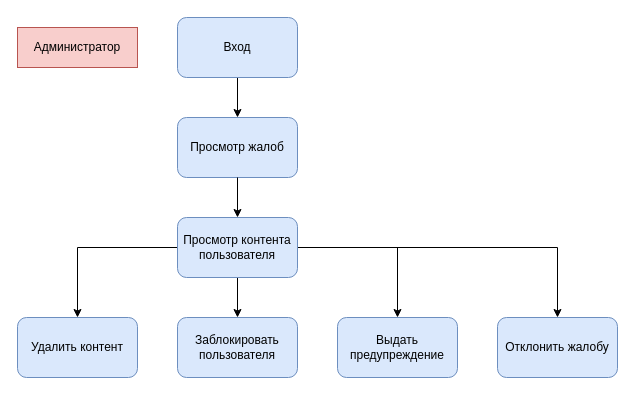
This is page "Администратор" (1 of 2) of docs/Функционал.drawio from savayaqu/course-project-4, a draw.io file, before an edit. Source tidied: cells renumbered, new cells numbered last; positions are measured from the earlier drawing's top-left corner, leaving out a move shared by most shapes. Both pictures are drawn from the tidied source at 100%, with x=0, y=0 at pixel (17, 17).
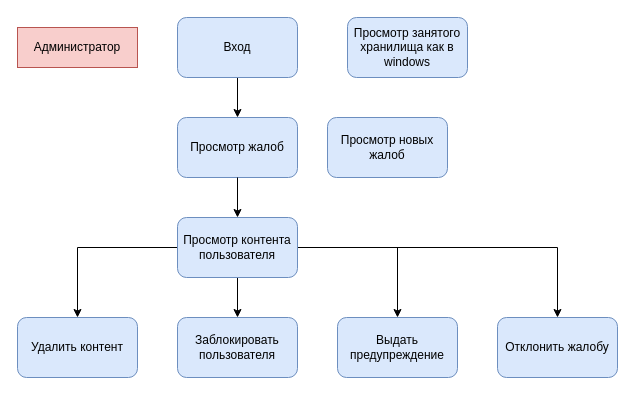
After the change.

Diff of the diagram source:
```diff
@@
 <mxGraphModel>
   <root>
     <mxCell id="0" />
     <mxCell id="1" parent="0" />
     <mxCell id="2" value="Администратор" style="rounded=0;whiteSpace=wrap;html=1;fillColor=#f8cecc;strokeColor=#b85450;" parent="1" vertex="1">
       <mxGeometry y="10" width="120" height="40" as="geometry" />
     </mxCell>
     <mxCell id="3" style="edgeStyle=orthogonalEdgeStyle;rounded=0;jettySize=auto;html=1;" parent="1" edge="1" source="4" target="14">
       <mxGeometry relative="1" as="geometry" />
     </mxCell>
     <mxCell id="4" value="Вход" style="rounded=1;whiteSpace=wrap;html=1;fillColor=#dae8fc;strokeColor=#6c8ebf;" parent="1" vertex="1">
       <mxGeometry x="160" width="120" height="60" as="geometry" />
     </mxCell>
     <mxCell id="5" style="edgeStyle=orthogonalEdgeStyle;rounded=0;jettySize=auto;html=1;" parent="1" edge="1" source="9" target="12">
       <mxGeometry relative="1" as="geometry" />
     </mxCell>
     <mxCell id="6" style="edgeStyle=orthogonalEdgeStyle;rounded=0;jettySize=auto;html=1;" parent="1" edge="1" source="9" target="10">
       <mxGeometry relative="1" as="geometry" />
     </mxCell>
     <mxCell id="7" style="edgeStyle=orthogonalEdgeStyle;rounded=0;jettySize=auto;html=1;" parent="1" edge="1" source="9" target="11">
       <mxGeometry relative="1" as="geometry" />
     </mxCell>
     <mxCell id="8" style="edgeStyle=orthogonalEdgeStyle;rounded=0;jettySize=auto;html=1;" parent="1" edge="1" source="9" target="13">
       <mxGeometry relative="1" as="geometry" />
     </mxCell>
     <mxCell id="9" value="Просмотр контента пользователя" style="rounded=1;whiteSpace=wrap;html=1;fillColor=#dae8fc;strokeColor=#6c8ebf;" parent="1" vertex="1">
       <mxGeometry x="160" y="200" width="120" height="60" as="geometry" />
     </mxCell>
     <mxCell id="10" value="Заблокировать пользователя" style="rounded=1;whiteSpace=wrap;html=1;fillColor=#dae8fc;strokeColor=#6c8ebf;" parent="1" vertex="1">
       <mxGeometry x="160" y="300" width="120" height="60" as="geometry" />
     </mxCell>
     <mxCell id="11" value="Выдать предупреждение" style="rounded=1;whiteSpace=wrap;html=1;fillColor=#dae8fc;strokeColor=#6c8ebf;" parent="1" vertex="1">
       <mxGeometry x="320" y="300" width="120" height="60" as="geometry" />
     </mxCell>
     <mxCell id="12" value="Удалить контент" style="rounded=1;whiteSpace=wrap;html=1;fillColor=#dae8fc;strokeColor=#6c8ebf;" parent="1" vertex="1">
       <mxGeometry y="300" width="120" height="60" as="geometry" />
     </mxCell>
     <mxCell id="13" value="Отклонить жалобу" style="rounded=1;whiteSpace=wrap;html=1;fillColor=#dae8fc;strokeColor=#6c8ebf;" parent="1" vertex="1">
       <mxGeometry x="480" y="300" width="120" height="60" as="geometry" />
     </mxCell>
     <mxCell id="14" value="Просмотр жалоб" style="rounded=1;whiteSpace=wrap;html=1;fillColor=#dae8fc;strokeColor=#6c8ebf;" parent="1" vertex="1">
       <mxGeometry x="160" y="100" width="120" height="60" as="geometry" />
     </mxCell>
     <mxCell id="15" style="edgeStyle=orthogonalEdgeStyle;rounded=0;jettySize=auto;html=1;" parent="1" edge="1" source="14" target="9">
       <mxGeometry relative="1" as="geometry" />
     </mxCell>
+    <mxCell id="16" value="Просмотр новых жалоб" style="rounded=1;whiteSpace=wrap;html=1;fillColor=#dae8fc;strokeColor=#6c8ebf;" parent="1" vertex="1">
+      <mxGeometry x="310" y="100" width="120" height="60" as="geometry" />
+    </mxCell>
+    <mxCell id="17" value="Просмотр занятого хранилища как в windows" style="rounded=1;whiteSpace=wrap;html=1;fillColor=#dae8fc;strokeColor=#6c8ebf;" parent="1" vertex="1">
+      <mxGeometry x="330" width="120" height="60" as="geometry" />
+    </mxCell>
   </root>
 </mxGraphModel>
```
